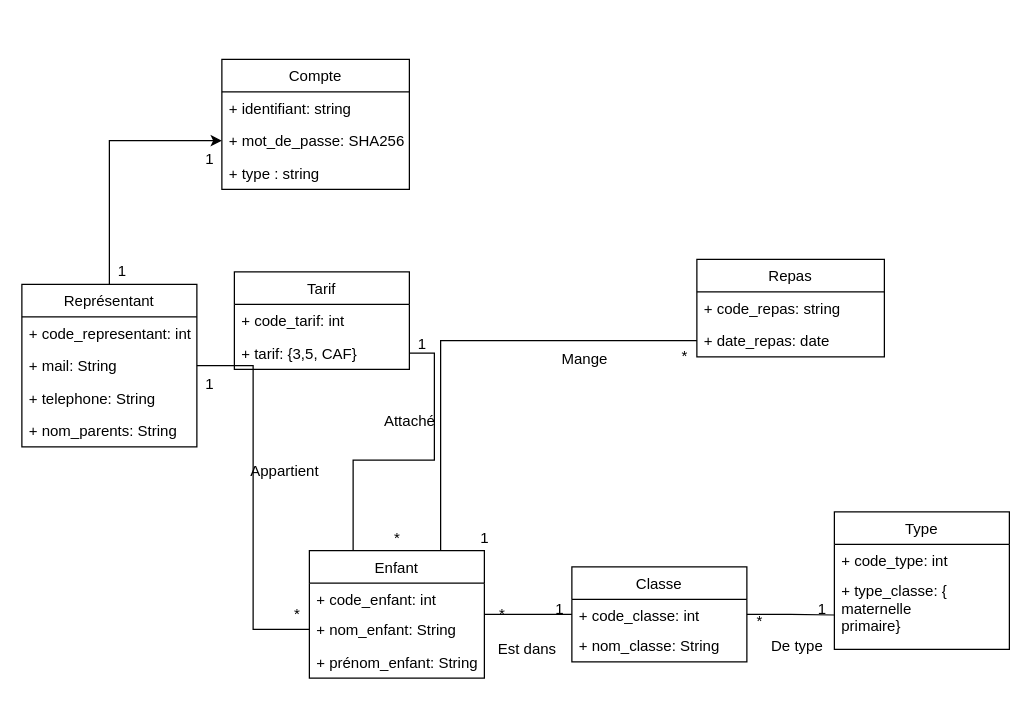
Above: page "Page-2" (2 of 2) of documents/SGBD.drawio in Gwendo73/Cantine (draw.io), before the change. Source tidied: cells renumbered, new cells numbered last; positions are measured from the earlier drawing's top-left corner, leaving out a move shared by most shapes. Both pictures are drawn from the tidied source at 125%, with x=0, y=0 at pixel (21, 59).
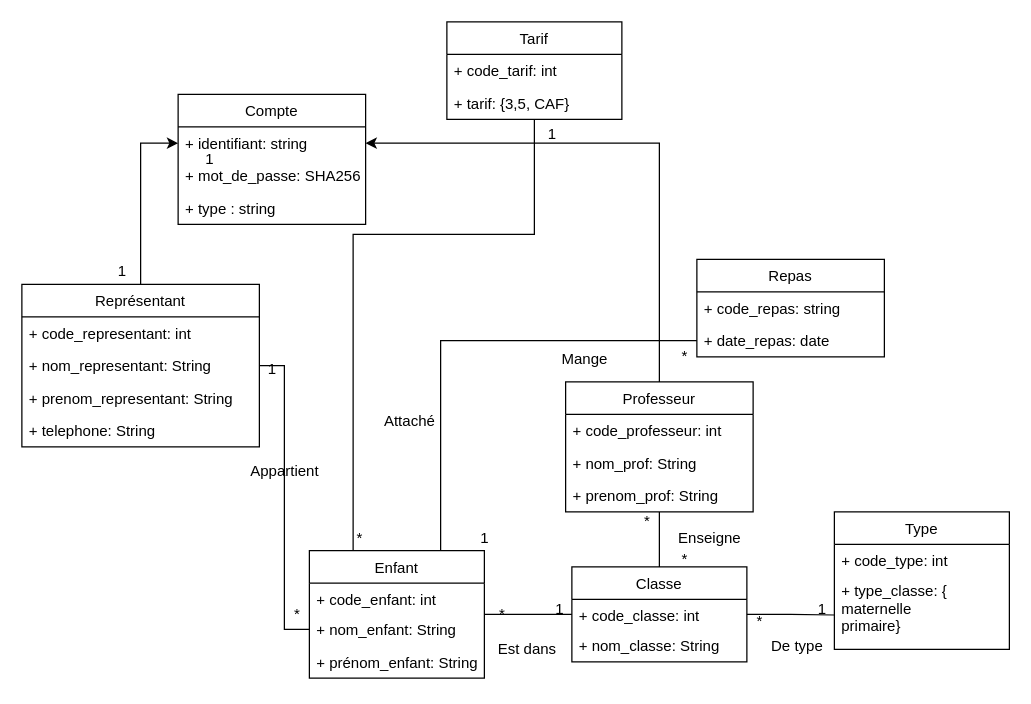
Above is the later version.

The change refers to these unchanged cells:
```xml
<mxCell id="4" value="+ tarif: {3,5, CAF}" style="text;strokeColor=none;fillColor=none;align=left;verticalAlign=top;spacingLeft=4;spacingRight=4;overflow=hidden;points=[[0,0.5],[1,0.5]];portConstraint=eastwest;" parent="2" vertex="1">
  <mxGeometry y="52" width="140" height="26" as="geometry" />
</mxCell>
<mxCell id="14" value="Enfant" style="swimlane;fontStyle=0;horizontal=1;startSize=26;fillColor=none;" parent="1" vertex="1">
  <mxGeometry x="230" y="393" width="140" height="102" as="geometry" />
</mxCell>
<mxCell id="18" value="Classe" style="swimlane;fontStyle=0;horizontal=1;startSize=26;fillColor=none;" parent="1" vertex="1">
  <mxGeometry x="440" y="406" width="140" height="76" as="geometry" />
</mxCell>
<mxCell id="45" value="+ identifiant: string" style="text;strokeColor=none;fillColor=none;align=left;verticalAlign=top;spacingLeft=4;spacingRight=4;overflow=hidden;points=[[0,0.5],[1,0.5]];portConstraint=eastwest;" parent="44" vertex="1">
  <mxGeometry y="26" width="150" height="26" as="geometry" />
</mxCell>
<mxCell id="46" value="+ mot_de_passe: SHA256" style="text;strokeColor=none;fillColor=none;align=left;verticalAlign=top;spacingLeft=4;spacingRight=4;overflow=hidden;points=[[0,0.5],[1,0.5]];portConstraint=eastwest;" parent="44" vertex="1">
  <mxGeometry y="52" width="150" height="26" as="geometry" />
</mxCell>
```

What changed in the source:
```diff
@@
+    <mxCell id="50" style="edgeStyle=orthogonalEdgeStyle;rounded=0;jettySize=auto;html=1;entryX=0.25;entryY=0;entryDx=0;entryDy=0;endArrow=none;endFill=0;" parent="1" edge="1" source="2" target="14">
+      <mxGeometry relative="1" as="geometry">
+        <Array as="points">
+          <mxPoint x="410" y="140" />
+          <mxPoint x="265" y="140" />
+        </Array>
+      </mxGeometry>
+    </mxCell>
     <mxCell id="2" value="Tarif" style="swimlane;fontStyle=0;horizontal=1;startSize=26;fillColor=none;" parent="1" vertex="1">
-      <mxGeometry x="170" y="170" width="140" height="78" as="geometry" />
+      <mxGeometry x="340" y="-30" width="140" height="78" as="geometry" />
     </mxCell>
@@
-    <mxCell id="8" style="edgeStyle=orthogonalEdgeStyle;rounded=0;jettySize=auto;html=1;exitX=0.5;exitY=0;exitDx=0;exitDy=0;entryX=0;entryY=0.5;entryDx=0;entryDy=0;" parent="1" edge="1" source="9" target="46">
+    <mxCell id="8" style="edgeStyle=orthogonalEdgeStyle;rounded=0;jettySize=auto;html=1;exitX=0.5;exitY=0;exitDx=0;exitDy=0;entryX=0;entryY=0.5;entryDx=0;entryDy=0;" parent="1" edge="1" source="9" target="45">
       <mxGeometry relative="1" as="geometry" />
     </mxCell>
     <mxCell id="9" value="Représentant" style="swimlane;fontStyle=0;horizontal=1;startSize=26;fillColor=none;" parent="1" vertex="1">
-      <mxGeometry y="180" width="140" height="130" as="geometry" />
+      <mxGeometry y="180" width="190" height="130" as="geometry" />
     </mxCell>
     <mxCell id="10" value="+ code_representant: int" style="text;strokeColor=none;fillColor=none;align=left;verticalAlign=top;spacingLeft=4;spacingRight=4;overflow=hidden;" parent="9" vertex="1">
-      <mxGeometry y="26" width="140" height="26" as="geometry" />
+      <mxGeometry y="26" width="190" height="26" as="geometry" />
     </mxCell>
-    <mxCell id="11" value="+ mail: String" style="text;strokeColor=none;fillColor=none;align=left;verticalAlign=top;spacingLeft=4;spacingRight=4;overflow=hidden;" parent="9" vertex="1">
-      <mxGeometry y="52" width="140" height="26" as="geometry" />
-    </mxCell>
+    <mxCell id="13" value="+ nom_representant: String" style="text;strokeColor=none;fillColor=none;align=left;verticalAlign=top;spacingLeft=4;spacingRight=4;overflow=hidden;" parent="9" vertex="1">
+      <mxGeometry y="52" width="190" height="26" as="geometry" />
+    </mxCell>
+    <mxCell id="51" value="+ prenom_representant: String" style="text;strokeColor=none;fillColor=none;align=left;verticalAlign=top;spacingLeft=4;spacingRight=4;overflow=hidden;" parent="9" vertex="1">
+      <mxGeometry y="78" width="190" height="26" as="geometry" />
+    </mxCell>
     <mxCell id="12" value="+ telephone: String" style="text;strokeColor=none;fillColor=none;align=left;verticalAlign=top;spacingLeft=4;spacingRight=4;overflow=hidden;" parent="9" vertex="1">
-      <mxGeometry y="78" width="140" height="26" as="geometry" />
+      <mxGeometry y="104" width="190" height="26" as="geometry" />
     </mxCell>
-    <mxCell id="13" value="+ nom_parents: String" style="text;strokeColor=none;fillColor=none;align=left;verticalAlign=top;spacingLeft=4;spacingRight=4;overflow=hidden;" parent="9" vertex="1">
-      <mxGeometry y="104" width="140" height="26" as="geometry" />
-    </mxCell>
@@
-    <mxCell id="27" style="edgeStyle=orthogonalEdgeStyle;rounded=0;jettySize=auto;html=1;exitX=1;exitY=0.5;exitDx=0;exitDy=0;entryX=0.25;entryY=0;entryDx=0;entryDy=0;endArrow=none;endFill=0;" parent="1" edge="1" source="4" target="14">
-      <mxGeometry relative="1" as="geometry" />
-    </mxCell>
@@
     <mxCell id="29" value="*" style="text;html=1;align=center;verticalAlign=middle;strokeColor=none;fillColor=none;" parent="1" vertex="1">
-      <mxGeometry x="290" y="373" width="20" height="20" as="geometry" />
+      <mxGeometry x="260" y="373" width="20" height="20" as="geometry" />
     </mxCell>
     <mxCell id="30" value="1" style="text;html=1;align=center;verticalAlign=middle;strokeColor=none;fillColor=none;" parent="1" vertex="1">
-      <mxGeometry x="310" y="218" width="20" height="20" as="geometry" />
+      <mxGeometry x="414" y="50" width="20" height="20" as="geometry" />
     </mxCell>
@@
     <mxCell id="34" value="1" style="text;html=1;align=center;verticalAlign=middle;strokeColor=none;fillColor=none;" parent="1" vertex="1">
-      <mxGeometry x="140" y="250" width="20" height="20" as="geometry" />
+      <mxGeometry x="190" y="238" width="20" height="20" as="geometry" />
     </mxCell>
@@
     <mxCell id="44" value="Compte" style="swimlane;fontStyle=0;horizontal=1;startSize=26;fillColor=none;" parent="1" vertex="1">
-      <mxGeometry x="160" width="150" height="104" as="geometry" />
+      <mxGeometry x="125" y="28" width="150" height="104" as="geometry" />
     </mxCell>
@@
+    <mxCell id="52" style="edgeStyle=orthogonalEdgeStyle;rounded=0;jettySize=auto;html=1;exitX=0.5;exitY=0;exitDx=0;exitDy=0;entryX=1;entryY=0.5;entryDx=0;entryDy=0;endArrow=classic;endFill=1;" parent="1" edge="1" source="54" target="45">
+      <mxGeometry relative="1" as="geometry" />
+    </mxCell>
+    <mxCell id="53" style="edgeStyle=orthogonalEdgeStyle;rounded=0;jettySize=auto;html=1;entryX=0.5;entryY=0;entryDx=0;entryDy=0;endArrow=none;endFill=0;" parent="1" edge="1" source="54" target="18">
+      <mxGeometry relative="1" as="geometry" />
+    </mxCell>
+    <mxCell id="54" value="Professeur" style="swimlane;fontStyle=0;horizontal=1;startSize=26;fillColor=none;" parent="1" vertex="1">
+      <mxGeometry x="435" y="258" width="150" height="104" as="geometry" />
+    </mxCell>
+    <mxCell id="55" value="+ code_professeur: int" style="text;strokeColor=none;fillColor=none;align=left;verticalAlign=top;spacingLeft=4;spacingRight=4;overflow=hidden;" parent="54" vertex="1">
+      <mxGeometry y="26" width="150" height="26" as="geometry" />
+    </mxCell>
+    <mxCell id="56" value="+ nom_prof: String" style="text;strokeColor=none;fillColor=none;align=left;verticalAlign=top;spacingLeft=4;spacingRight=4;overflow=hidden;" parent="54" vertex="1">
+      <mxGeometry y="52" width="150" height="26" as="geometry" />
+    </mxCell>
+    <mxCell id="57" value="+ prenom_prof: String" style="text;strokeColor=none;fillColor=none;align=left;verticalAlign=top;spacingLeft=4;spacingRight=4;overflow=hidden;" parent="54" vertex="1">
+      <mxGeometry y="78" width="150" height="26" as="geometry" />
+    </mxCell>
+    <mxCell id="58" value="*" style="text;html=1;align=center;verticalAlign=middle;strokeColor=none;fillColor=none;" parent="1" vertex="1">
+      <mxGeometry x="520" y="390" width="20" height="20" as="geometry" />
+    </mxCell>
+    <mxCell id="59" value="*" style="text;html=1;align=center;verticalAlign=middle;strokeColor=none;fillColor=none;" parent="1" vertex="1">
+      <mxGeometry x="490" y="360" width="20" height="20" as="geometry" />
+    </mxCell>
+    <mxCell id="60" value="Enseigne" style="text;html=1;align=center;verticalAlign=middle;strokeColor=none;fillColor=none;" parent="1" vertex="1">
+      <mxGeometry x="515" y="373" width="70" height="20" as="geometry" />
+    </mxCell>
```
